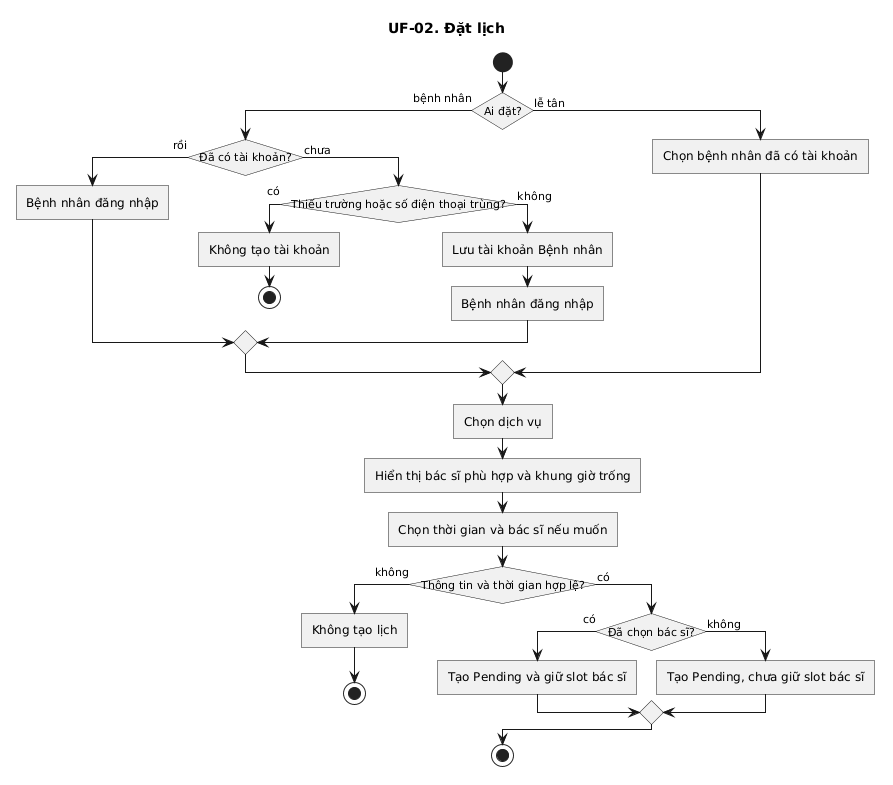
This is doc/user-flow/03-dat-lich.png from KhaVan-oi/ViClinic, a PlantUML export, as it was before one commit. Its source is kept beside it as doc/user-flow/03-dat-lich.puml. Its diagram source:
```plantuml
@startuml
title UF-02. Đặt lịch
skinparam linetype ortho
skinparam shadowing false
skinparam roundcorner 0
skinparam conditionStyle InsideDiamond
skinparam conditionEndStyle diamond

start
if (Ai đặt?) then (bệnh nhân)
  if (Đã có tài khoản?) then (rồi)
    :Bệnh nhân đăng nhập;
  else (chưa)
    if (Thiếu trường hoặc số điện thoại trùng?) then (có)
      :Không tạo tài khoản;
      stop
    else (không)
      :Lưu tài khoản Bệnh nhân;
      :Bệnh nhân đăng nhập;
    endif
  endif
else (lễ tân)
  :Chọn bệnh nhân đã có tài khoản;
endif
:Chọn dịch vụ;
:Hiển thị bác sĩ phù hợp và khung giờ trống;
:Chọn thời gian và bác sĩ nếu muốn;
if (Thông tin và thời gian hợp lệ?) then (không)
  :Không tạo lịch;
  stop
else (có)
  if (Đã chọn bác sĩ?) then (có)
    :Tạo Pending và giữ slot bác sĩ;
  else (không)
    :Tạo Pending, chưa giữ slot bác sĩ;
  endif
endif
stop
@enduml
```
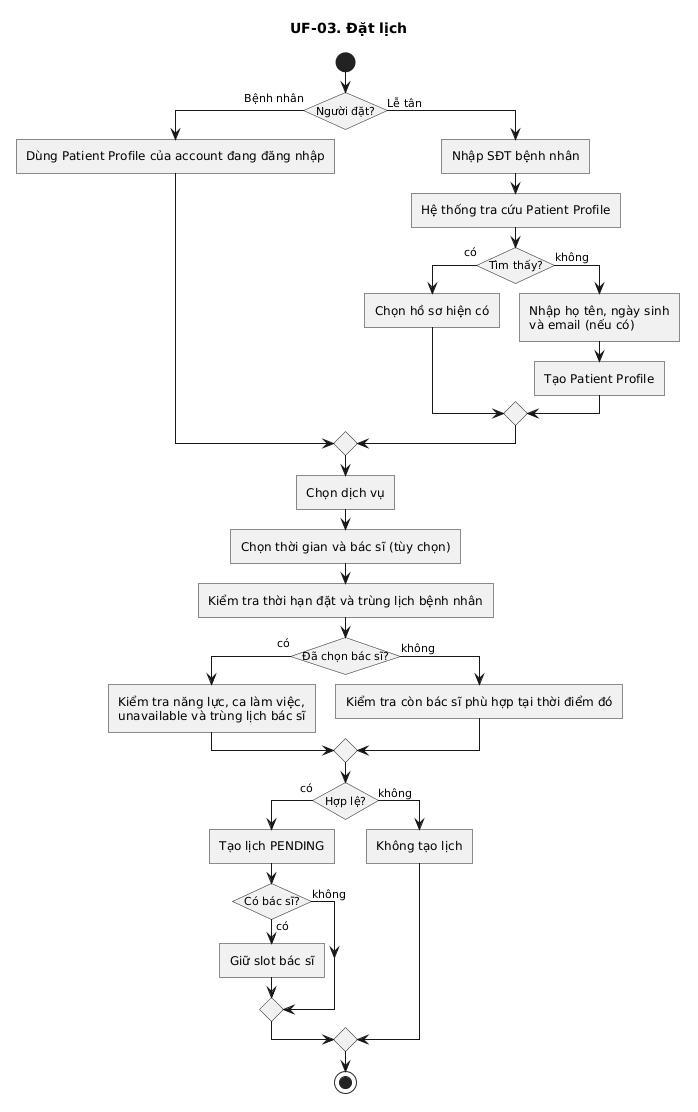
Later version of the same file.

Change to the diagram source:
```diff
@@ -1,5 +1,6 @@
 @startuml
-title UF-02. Đặt lịch
+title UF-03. Đặt lịch
+
 skinparam linetype ortho
 skinparam shadowing false
 skinparam roundcorner 0
@@ -7,33 +8,36 @@
 skinparam conditionEndStyle diamond
 
 start
-if (Ai đặt?) then (bệnh nhân)
-  if (Đã có tài khoản?) then (rồi)
-    :Bệnh nhân đăng nhập;
-  else (chưa)
-    if (Thiếu trường hoặc số điện thoại trùng?) then (có)
-      :Không tạo tài khoản;
-      stop
-    else (không)
-      :Lưu tài khoản Bệnh nhân;
-      :Bệnh nhân đăng nhập;
-    endif
+if (Người đặt?) then (Bệnh nhân)
+  :Dùng Patient Profile của account đang đăng nhập;
+else (Lễ tân)
+  :Nhập SĐT bệnh nhân;
+  :Hệ thống tra cứu Patient Profile;
+  if (Tìm thấy?) then (có)
+    :Chọn hồ sơ hiện có;
+  else (không)
+    :Nhập họ tên, ngày sinh
+và email (nếu có);
+    :Tạo Patient Profile;
   endif
-else (lễ tân)
-  :Chọn bệnh nhân đã có tài khoản;
 endif
 :Chọn dịch vụ;
-:Hiển thị bác sĩ phù hợp và khung giờ trống;
-:Chọn thời gian và bác sĩ nếu muốn;
-if (Thông tin và thời gian hợp lệ?) then (không)
+:Chọn thời gian và bác sĩ (tùy chọn);
+:Kiểm tra thời hạn đặt và trùng lịch bệnh nhân;
+if (Đã chọn bác sĩ?) then (có)
+  :Kiểm tra năng lực, ca làm việc,
+unavailable và trùng lịch bác sĩ;
+else (không)
+  :Kiểm tra còn bác sĩ phù hợp tại thời điểm đó;
+endif
+if (Hợp lệ?) then (có)
+  :Tạo lịch PENDING;
+  if (Có bác sĩ?) then (có)
+    :Giữ slot bác sĩ;
+  else (không)
+  endif
+else (không)
   :Không tạo lịch;
-  stop
-else (có)
-  if (Đã chọn bác sĩ?) then (có)
-    :Tạo Pending và giữ slot bác sĩ;
-  else (không)
-    :Tạo Pending, chưa giữ slot bác sĩ;
-  endif
 endif
 stop
 @enduml
```
